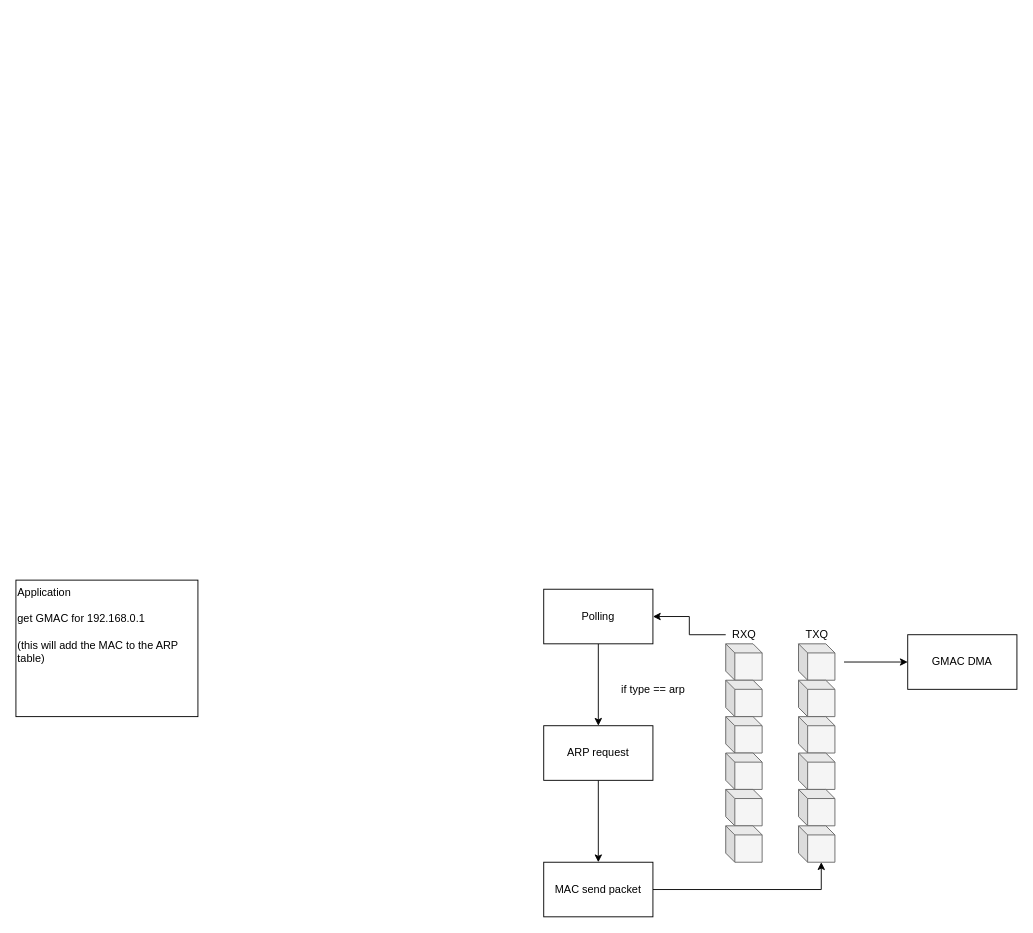
Before: doc/diagrams/net.drawio.xml in strawberryhacker/operating-system-cortex-a5, a draw.io diagram. Source tidied: cells renumbered, new cells numbered last; positions are measured from the earlier drawing's top-left corner, leaving out a move shared by most shapes. Both pictures are drawn from the tidied source at 91%, with x=0, y=0 at pixel (15, 580).
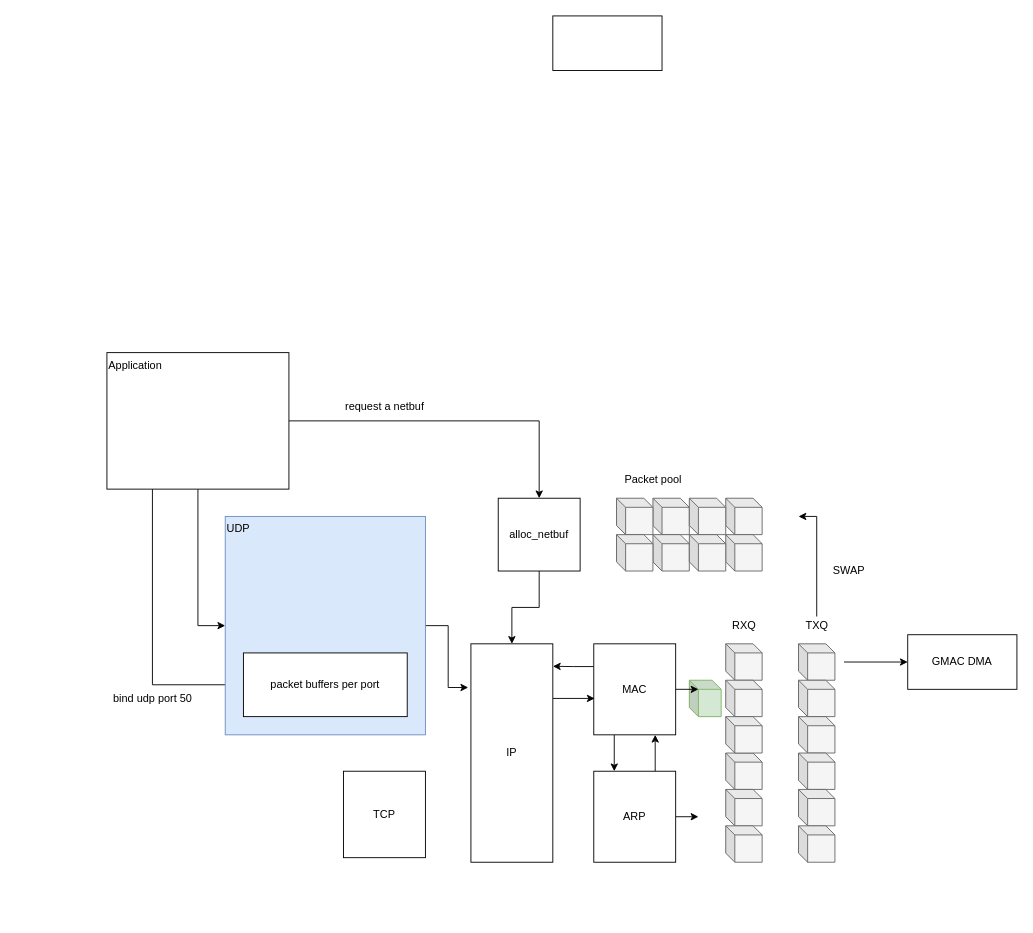
Above is the later version.

Unchanged cells that the change refers to:
```xml
<mxCell id="13" style="shape=cube;whiteSpace=wrap;html=1;boundedLbl=1;backgroundOutline=1;darkOpacity=0.05;darkOpacity2=0.1;size=10;fillColor=#f5f5f5;strokeColor=#666666;fontColor=#333333;" parent="1" vertex="1">
  <mxGeometry x="860" y="270" width="40" height="40" as="geometry" />
</mxCell>
```

Diff of the diagram source:
```diff
@@
     <mxCell id="6" style="shape=cube;whiteSpace=wrap;html=1;boundedLbl=1;backgroundOutline=1;darkOpacity=0.05;darkOpacity2=0.1;size=10;fillColor=#f5f5f5;strokeColor=#666666;fontColor=#333333;" parent="1" vertex="1">
-      <mxGeometry x="780" y="110" width="40" height="40" as="geometry" />
+      <mxGeometry x="700" y="-90" width="40" height="40" as="geometry" />
     </mxCell>
@@
-    <mxCell id="8" style="shape=cube;whiteSpace=wrap;html=1;boundedLbl=1;backgroundOutline=1;darkOpacity=0.05;darkOpacity2=0.1;size=10;fillColor=#f5f5f5;strokeColor=#666666;fontColor=#333333;" parent="1" vertex="1">
-      <mxGeometry x="780" y="150" width="40" height="40" as="geometry" />
+    <mxCell id="8" style="shape=cube;whiteSpace=wrap;html=1;boundedLbl=1;backgroundOutline=1;darkOpacity=0.05;darkOpacity2=0.1;size=10;fillColor=#d5e8d4;strokeColor=#82b366;" parent="1" vertex="1">
+      <mxGeometry x="740" y="110" width="35" height="40" as="geometry" />
     </mxCell>
@@
+    <mxCell id="27" style="edgeStyle=orthogonalEdgeStyle;rounded=0;jettySize=auto;html=1;" parent="1" edge="1" source="15">
+      <mxGeometry relative="1" as="geometry">
+        <mxPoint x="860" y="-70" as="targetPoint" />
+        <Array as="points">
+          <mxPoint x="880" y="-70" />
+        </Array>
+      </mxGeometry>
+    </mxCell>
     <mxCell id="15" value="TXQ" style="text;html=1;align=center;verticalAlign=middle;points=[];" parent="1" vertex="1">
-      <mxGeometry x="860" y="50" width="40" height="20" as="geometry" />
+      <mxGeometry x="860" y="40" width="40" height="20" as="geometry" />
     </mxCell>
@@
-    <mxCell id="17" style="edgeStyle=orthogonalEdgeStyle;rounded=0;jettySize=auto;html=1;entryX=1;entryY=0.5;entryDx=0;entryDy=0;" parent="1" edge="1" source="18" target="20">
-      <mxGeometry relative="1" as="geometry" />
-    </mxCell>
     <mxCell id="18" value="RXQ" style="text;html=1;align=center;verticalAlign=middle;points=[];" parent="1" vertex="1">
-      <mxGeometry x="780" y="50" width="40" height="20" as="geometry" />
+      <mxGeometry x="780" y="40" width="40" height="20" as="geometry" />
     </mxCell>
-    <mxCell id="19" style="edgeStyle=orthogonalEdgeStyle;rounded=0;jettySize=auto;html=1;exitX=0.5;exitY=1;exitDx=0;exitDy=0;entryX=0.5;entryY=0;entryDx=0;entryDy=0;" parent="1" edge="1" source="20" target="22">
-      <mxGeometry relative="1" as="geometry" />
-    </mxCell>
-    <mxCell id="20" value="Polling" style="rounded=0;whiteSpace=wrap;html=1;" parent="1" vertex="1">
-      <mxGeometry x="580" y="10" width="120" height="60" as="geometry" />
-    </mxCell>
-    <mxCell id="21" style="edgeStyle=orthogonalEdgeStyle;rounded=0;jettySize=auto;html=1;exitX=0.5;exitY=1;exitDx=0;exitDy=0;" parent="1" edge="1" source="22" target="24">
-      <mxGeometry relative="1" as="geometry" />
-    </mxCell>
-    <mxCell id="22" value="ARP request" style="rounded=0;whiteSpace=wrap;html=1;" parent="1" vertex="1">
-      <mxGeometry x="580" y="160" width="120" height="60" as="geometry" />
-    </mxCell>
-    <mxCell id="23" style="edgeStyle=orthogonalEdgeStyle;rounded=0;jettySize=auto;html=1;exitX=1;exitY=0.5;exitDx=0;exitDy=0;entryX=0;entryY=0;entryDx=25;entryDy=40;entryPerimeter=0;" parent="1" edge="1" source="24" target="13">
-      <mxGeometry relative="1" as="geometry" />
-    </mxCell>
-    <mxCell id="24" value="MAC send packet" style="rounded=0;whiteSpace=wrap;html=1;" parent="1" vertex="1">
-      <mxGeometry x="580" y="310" width="120" height="60" as="geometry" />
-    </mxCell>
-    <mxCell id="25" value="if type == arp" style="text;html=1;align=center;verticalAlign=middle;" parent="1" vertex="1">
-      <mxGeometry x="650" y="110" width="100" height="20" as="geometry" />
-    </mxCell>
+    <mxCell id="28" style="edgeStyle=orthogonalEdgeStyle;rounded=0;jettySize=auto;html=1;exitX=1;exitY=0.5;exitDx=0;exitDy=0;" parent="1" edge="1" source="26" target="54">
+      <mxGeometry relative="1" as="geometry" />
+    </mxCell>
+    <mxCell id="29" style="edgeStyle=orthogonalEdgeStyle;rounded=0;jettySize=auto;html=1;exitX=0.5;exitY=1;exitDx=0;exitDy=0;entryX=0;entryY=0.5;entryDx=0;entryDy=0;" parent="1" edge="1" source="26" target="51">
+      <mxGeometry relative="1" as="geometry" />
+    </mxCell>
+    <mxCell id="30" style="edgeStyle=orthogonalEdgeStyle;rounded=0;jettySize=auto;html=1;exitX=0.25;exitY=1;exitDx=0;exitDy=0;entryX=0;entryY=0.5;entryDx=0;entryDy=0;" parent="1" edge="1" source="26" target="56">
+      <mxGeometry relative="1" as="geometry" />
+    </mxCell>
-    <mxCell id="26" value="Application&lt;br&gt;&lt;br&gt;get GMAC for 192.168.0.1&lt;br&gt;&lt;br&gt;(this will add the MAC to the ARP table)" style="rounded=0;whiteSpace=wrap;html=1;align=left;verticalAlign=top;" parent="1" vertex="1">
-      <mxGeometry width="200" height="150" as="geometry" />
+    <mxCell id="26" value="Application" style="rounded=0;whiteSpace=wrap;html=1;align=left;verticalAlign=top;" parent="1" vertex="1">
+      <mxGeometry x="100" y="-250" width="200" height="150" as="geometry" />
     </mxCell>
+    <mxCell id="31" style="edgeStyle=orthogonalEdgeStyle;rounded=0;jettySize=auto;html=1;exitX=0.25;exitY=1;exitDx=0;exitDy=0;entryX=0.25;entryY=0;entryDx=0;entryDy=0;" parent="1" edge="1" source="34" target="46">
+      <mxGeometry relative="1" as="geometry" />
+    </mxCell>
+    <mxCell id="32" style="edgeStyle=orthogonalEdgeStyle;rounded=0;jettySize=auto;html=1;exitX=0;exitY=0.25;exitDx=0;exitDy=0;entryX=1.001;entryY=0.103;entryDx=0;entryDy=0;entryPerimeter=0;" parent="1" edge="1" source="34" target="49">
+      <mxGeometry relative="1" as="geometry" />
+    </mxCell>
+    <mxCell id="33" style="edgeStyle=orthogonalEdgeStyle;rounded=0;jettySize=auto;html=1;exitX=1;exitY=0.5;exitDx=0;exitDy=0;" parent="1" edge="1" source="34">
+      <mxGeometry relative="1" as="geometry">
+        <mxPoint x="750" y="120" as="targetPoint" />
+      </mxGeometry>
+    </mxCell>
+    <mxCell id="34" value="MAC" style="rounded=0;whiteSpace=wrap;html=1;align=center;verticalAlign=middle;" parent="1" vertex="1">
+      <mxGeometry x="635" y="70" width="90" height="100" as="geometry" />
+    </mxCell>
+    <mxCell id="35" style="shape=cube;whiteSpace=wrap;html=1;boundedLbl=1;backgroundOutline=1;darkOpacity=0.05;darkOpacity2=0.1;size=10;fillColor=#f5f5f5;strokeColor=#666666;fontColor=#333333;" parent="1" vertex="1">
+      <mxGeometry x="780" y="110" width="40" height="40" as="geometry" />
+    </mxCell>
+    <mxCell id="36" style="shape=cube;whiteSpace=wrap;html=1;boundedLbl=1;backgroundOutline=1;darkOpacity=0.05;darkOpacity2=0.1;size=10;fillColor=#f5f5f5;strokeColor=#666666;fontColor=#333333;" parent="1" vertex="1">
+      <mxGeometry x="660" y="-90" width="40" height="40" as="geometry" />
+    </mxCell>
+    <mxCell id="37" style="shape=cube;whiteSpace=wrap;html=1;boundedLbl=1;backgroundOutline=1;darkOpacity=0.05;darkOpacity2=0.1;size=10;fillColor=#f5f5f5;strokeColor=#666666;fontColor=#333333;" parent="1" vertex="1">
+      <mxGeometry x="780" y="-90" width="40" height="40" as="geometry" />
+    </mxCell>
+    <mxCell id="38" style="shape=cube;whiteSpace=wrap;html=1;boundedLbl=1;backgroundOutline=1;darkOpacity=0.05;darkOpacity2=0.1;size=10;fillColor=#f5f5f5;strokeColor=#666666;fontColor=#333333;" parent="1" vertex="1">
+      <mxGeometry x="740" y="-90" width="40" height="40" as="geometry" />
+    </mxCell>
+    <mxCell id="39" style="shape=cube;whiteSpace=wrap;html=1;boundedLbl=1;backgroundOutline=1;darkOpacity=0.05;darkOpacity2=0.1;size=10;fillColor=#f5f5f5;strokeColor=#666666;fontColor=#333333;" parent="1" vertex="1">
+      <mxGeometry x="700" y="-50" width="40" height="40" as="geometry" />
+    </mxCell>
+    <mxCell id="40" style="shape=cube;whiteSpace=wrap;html=1;boundedLbl=1;backgroundOutline=1;darkOpacity=0.05;darkOpacity2=0.1;size=10;fillColor=#f5f5f5;strokeColor=#666666;fontColor=#333333;" parent="1" vertex="1">
+      <mxGeometry x="660" y="-50" width="40" height="40" as="geometry" />
+    </mxCell>
+    <mxCell id="41" style="shape=cube;whiteSpace=wrap;html=1;boundedLbl=1;backgroundOutline=1;darkOpacity=0.05;darkOpacity2=0.1;size=10;fillColor=#f5f5f5;strokeColor=#666666;fontColor=#333333;" parent="1" vertex="1">
+      <mxGeometry x="780" y="-50" width="40" height="40" as="geometry" />
+    </mxCell>
+    <mxCell id="42" style="shape=cube;whiteSpace=wrap;html=1;boundedLbl=1;backgroundOutline=1;darkOpacity=0.05;darkOpacity2=0.1;size=10;fillColor=#f5f5f5;strokeColor=#666666;fontColor=#333333;" parent="1" vertex="1">
+      <mxGeometry x="740" y="-50" width="40" height="40" as="geometry" />
+    </mxCell>
+    <mxCell id="43" value="Packet pool" style="text;html=1;align=center;verticalAlign=middle;" parent="1" vertex="1">
+      <mxGeometry x="660" y="-120" width="80" height="20" as="geometry" />
+    </mxCell>
+    <mxCell id="44" style="edgeStyle=orthogonalEdgeStyle;rounded=0;jettySize=auto;html=1;exitX=0.75;exitY=0;exitDx=0;exitDy=0;entryX=0.75;entryY=1;entryDx=0;entryDy=0;" parent="1" edge="1" source="46" target="34">
+      <mxGeometry relative="1" as="geometry" />
+    </mxCell>
+    <mxCell id="45" style="edgeStyle=orthogonalEdgeStyle;rounded=0;jettySize=auto;html=1;exitX=1;exitY=0.5;exitDx=0;exitDy=0;" parent="1" edge="1" source="46">
+      <mxGeometry relative="1" as="geometry">
+        <mxPoint x="750" y="260" as="targetPoint" />
+      </mxGeometry>
+    </mxCell>
+    <mxCell id="46" value="ARP" style="rounded=0;whiteSpace=wrap;html=1;align=center;verticalAlign=middle;" parent="1" vertex="1">
+      <mxGeometry x="635" y="210" width="90" height="100" as="geometry" />
+    </mxCell>
+    <mxCell id="47" value="SWAP" style="text;html=1;align=center;verticalAlign=middle;" parent="1" vertex="1">
+      <mxGeometry x="890" y="-20" width="50" height="20" as="geometry" />
+    </mxCell>
+    <mxCell id="48" style="edgeStyle=orthogonalEdgeStyle;rounded=0;jettySize=auto;html=1;exitX=1;exitY=0.25;exitDx=0;exitDy=0;entryX=0.011;entryY=0.6;entryDx=0;entryDy=0;entryPerimeter=0;" parent="1" edge="1" source="49" target="34">
+      <mxGeometry relative="1" as="geometry" />
+    </mxCell>
+    <mxCell id="49" value="IP" style="rounded=0;whiteSpace=wrap;html=1;align=center;verticalAlign=middle;" parent="1" vertex="1">
+      <mxGeometry x="500" y="70" width="90" height="240" as="geometry" />
+    </mxCell>
+    <mxCell id="50" style="edgeStyle=orthogonalEdgeStyle;rounded=0;jettySize=auto;html=1;exitX=1;exitY=0.5;exitDx=0;exitDy=0;entryX=-0.033;entryY=0.2;entryDx=0;entryDy=0;entryPerimeter=0;" parent="1" edge="1" source="51" target="49">
+      <mxGeometry relative="1" as="geometry" />
+    </mxCell>
+    <mxCell id="51" value="UDP" style="rounded=0;whiteSpace=wrap;html=1;align=left;verticalAlign=top;fillColor=#dae8fc;strokeColor=#6c8ebf;" parent="1" vertex="1">
+      <mxGeometry x="230" y="-70" width="220" height="240" as="geometry" />
+    </mxCell>
+    <mxCell id="52" value="TCP" style="rounded=0;whiteSpace=wrap;html=1;align=center;verticalAlign=middle;" parent="1" vertex="1">
+      <mxGeometry x="360" y="210" width="90" height="95" as="geometry" />
+    </mxCell>
+    <mxCell id="53" style="edgeStyle=orthogonalEdgeStyle;rounded=0;jettySize=auto;html=1;" parent="1" edge="1" source="54" target="49">
+      <mxGeometry relative="1" as="geometry" />
+    </mxCell>
+    <mxCell id="54" value="alloc_netbuf" style="rounded=0;whiteSpace=wrap;html=1;align=center;verticalAlign=middle;" parent="1" vertex="1">
+      <mxGeometry x="530" y="-90" width="90" height="80" as="geometry" />
+    </mxCell>
+    <mxCell id="55" value="request a netbuf" style="text;html=1;align=center;verticalAlign=middle;" parent="1" vertex="1">
+      <mxGeometry x="345" y="-200" width="120" height="20" as="geometry" />
+    </mxCell>
+    <mxCell id="56" value="packet buffers per port" style="rounded=0;whiteSpace=wrap;html=1;align=center;verticalAlign=middle;" parent="1" vertex="1">
+      <mxGeometry x="250" y="80" width="180" height="70" as="geometry" />
+    </mxCell>
+    <mxCell id="57" value="bind udp port 50" style="text;html=1;align=center;verticalAlign=middle;" parent="1" vertex="1">
+      <mxGeometry x="90" y="120" width="120" height="20" as="geometry" />
+    </mxCell>
+    <mxCell id="58" style="shape=cube;whiteSpace=wrap;html=1;boundedLbl=1;backgroundOutline=1;darkOpacity=0.05;darkOpacity2=0.1;size=10;fillColor=#f5f5f5;strokeColor=#666666;fontColor=#333333;" parent="1" vertex="1">
+      <mxGeometry x="780" y="150" width="40" height="40" as="geometry" />
+    </mxCell>
+    <mxCell id="59" style="whiteSpace=wrap;html=1;align=left;" parent="1" vertex="1">
+      <mxGeometry x="590" y="-620" width="120" height="60" as="geometry" />
+    </mxCell>
```
